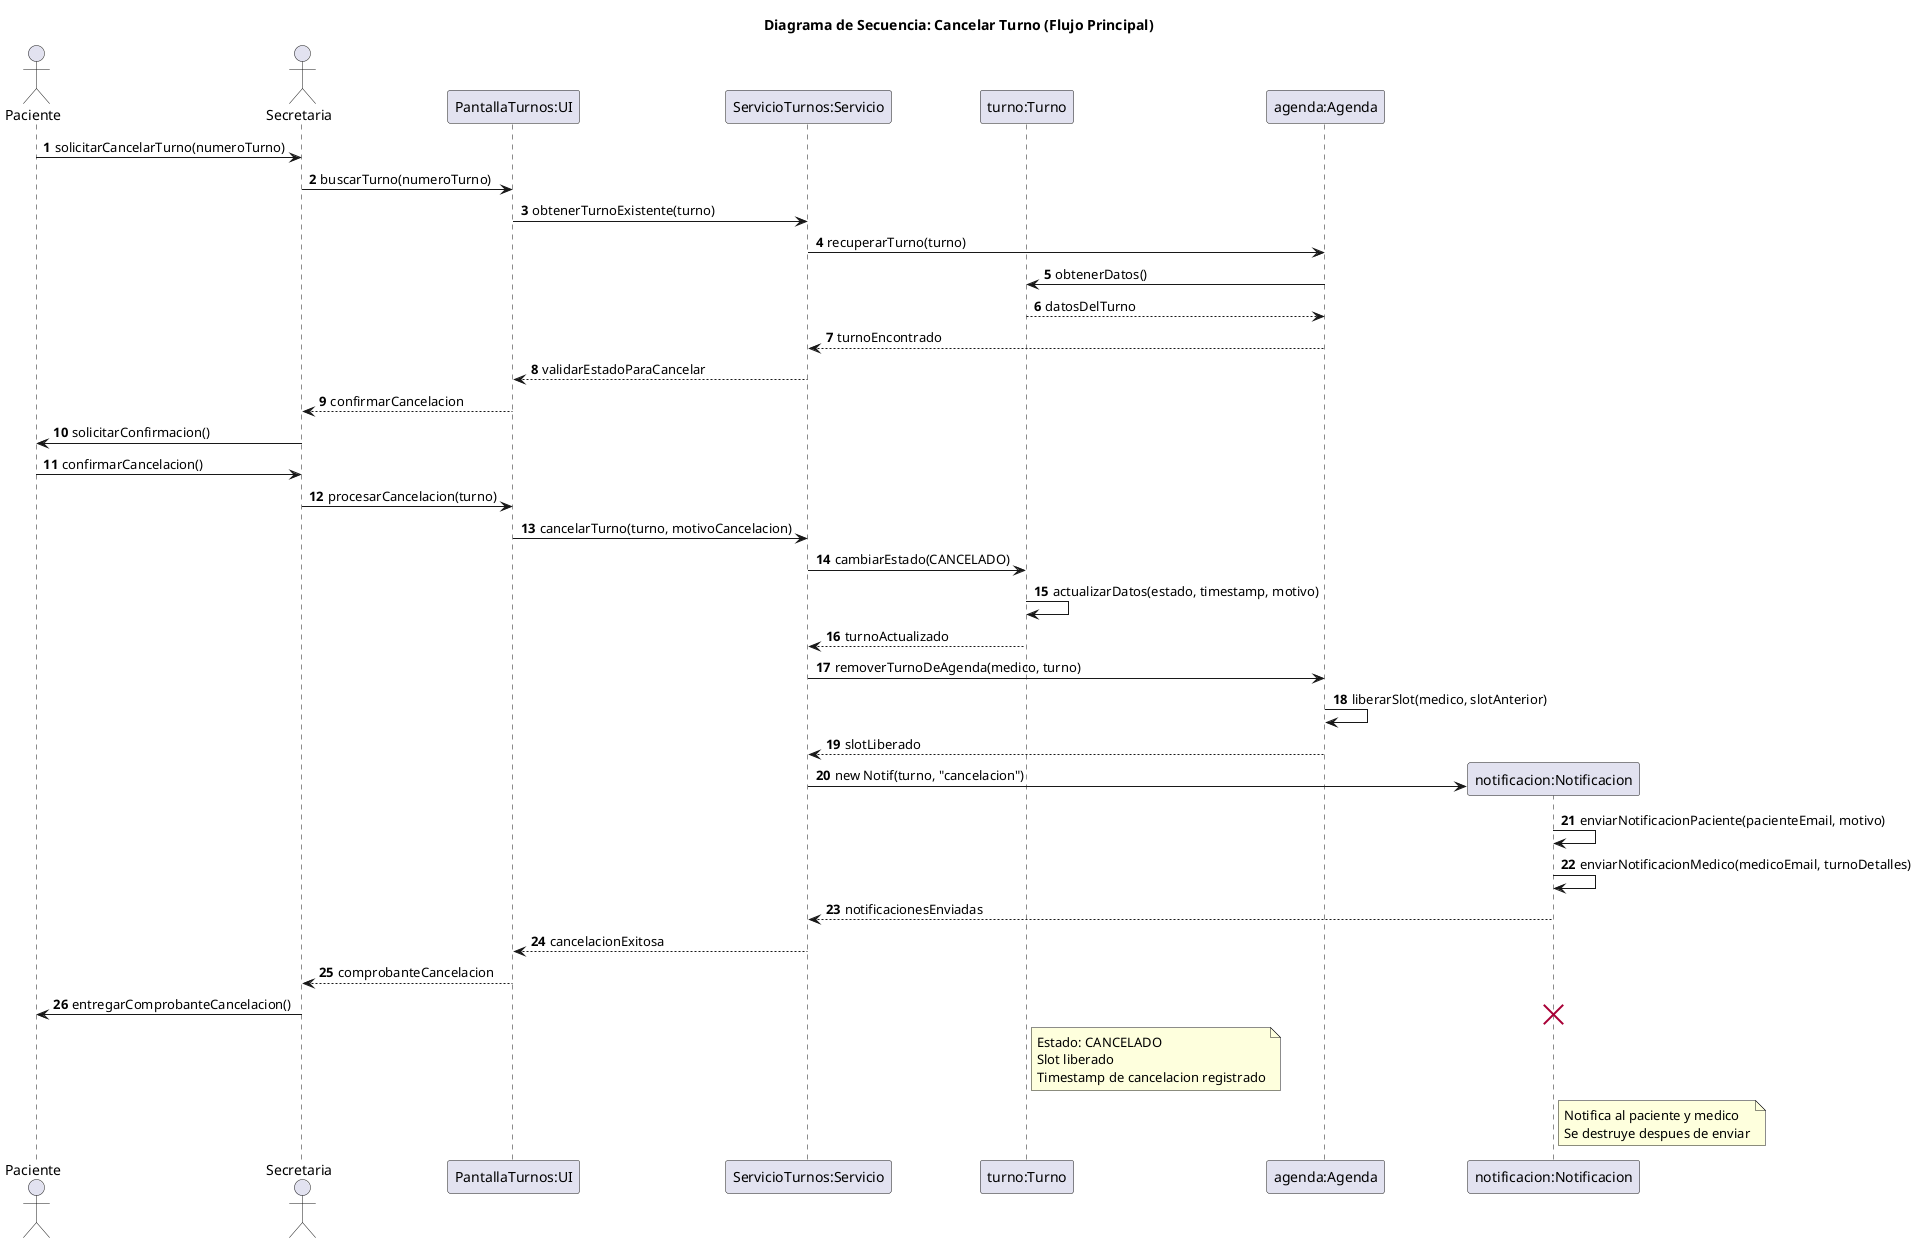
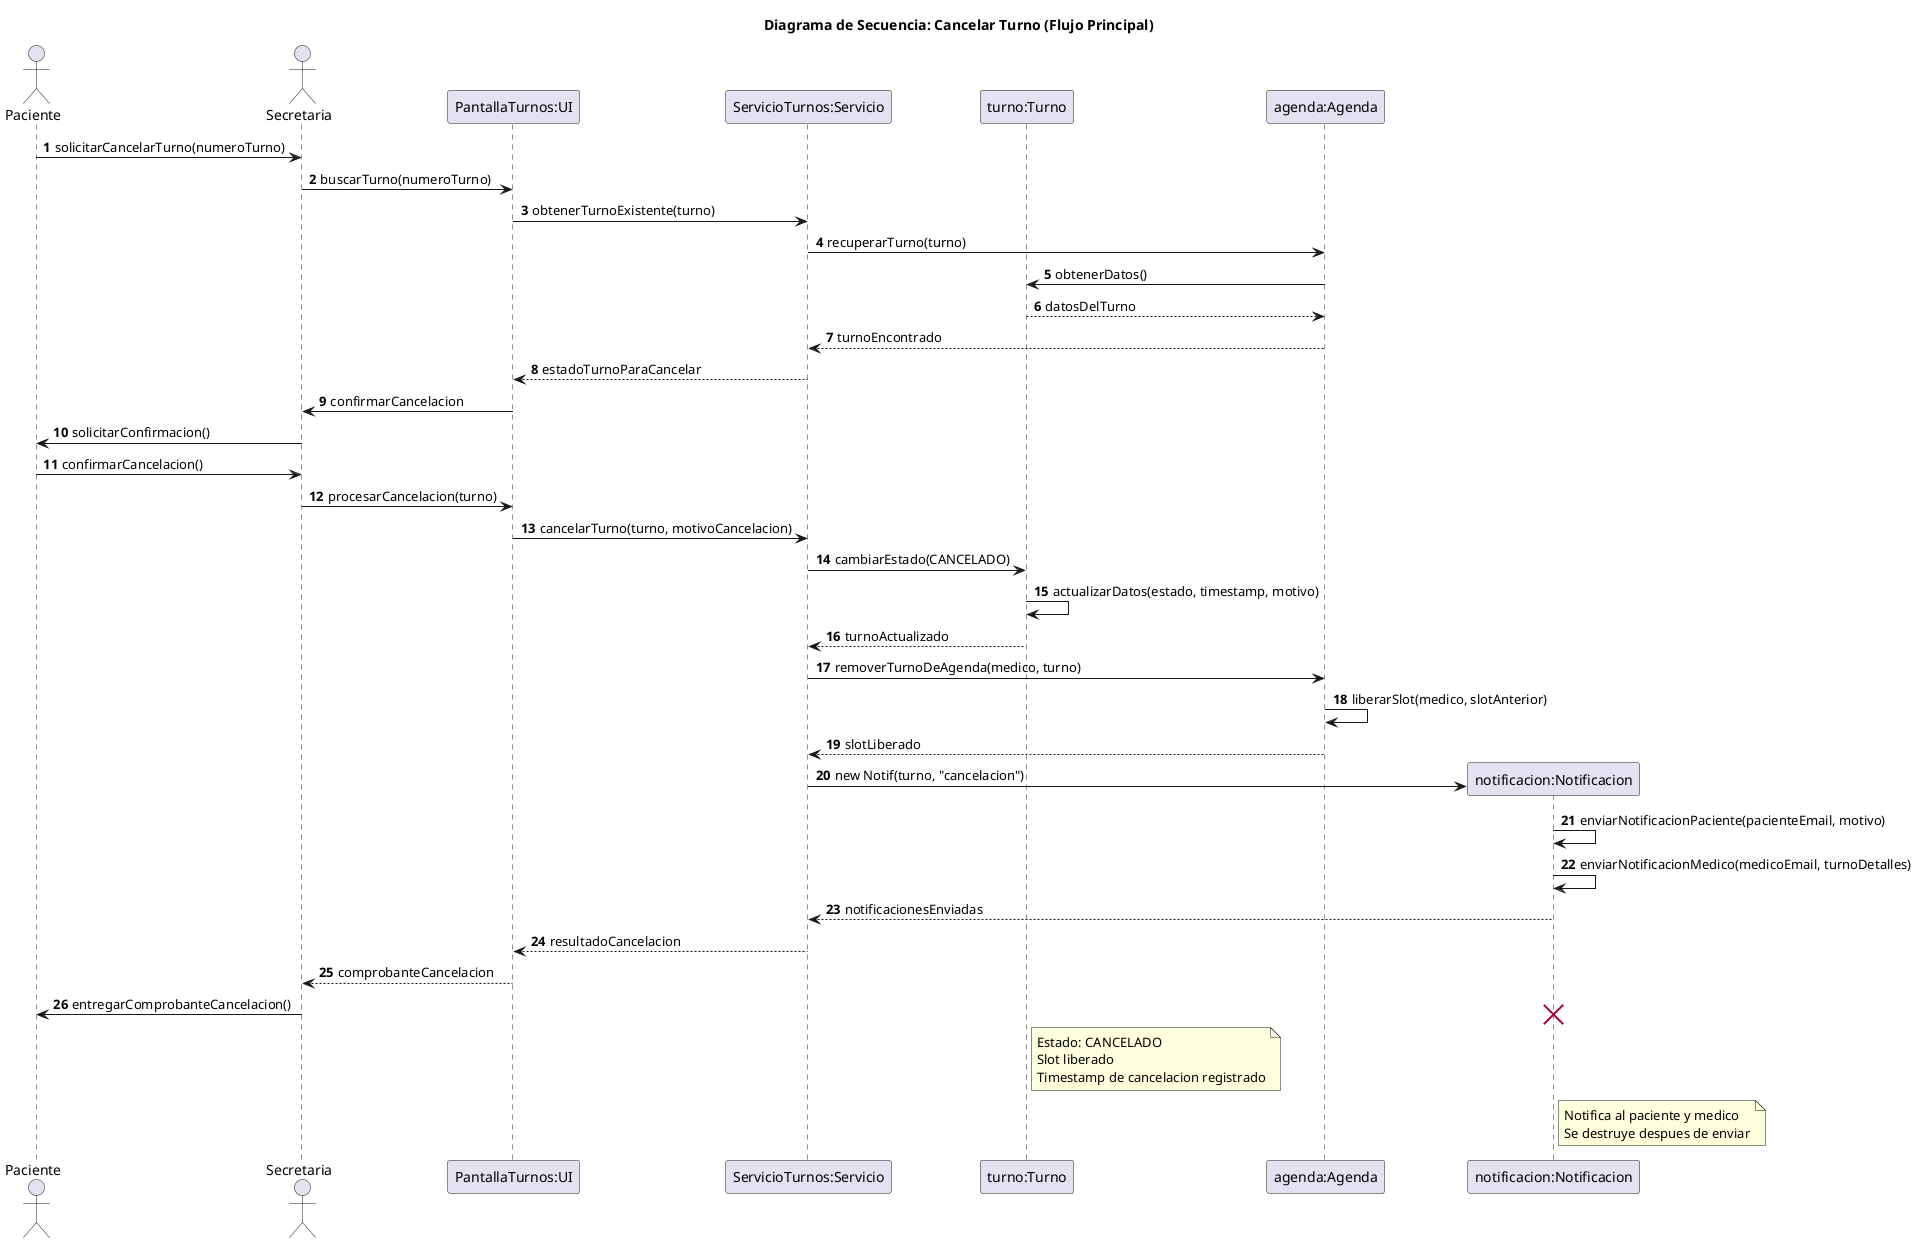
@startuml 05-secuencia-cancelar-turno-flujo-principal-03
title Diagrama de Secuencia: Cancelar Turno (Flujo Principal)

actor Paciente
actor Secretaria
participant "PantallaTurnos:UI" as UI
participant "ServicioTurnos:Servicio" as Servicio
participant "turno:Turno" as Turno
participant "agenda:Agenda" as Agenda
participant "notificacion:Notificacion" as Notif

autonumber

Paciente -> Secretaria: solicitarCancelarTurno(numeroTurno)
Secretaria -> UI: buscarTurno(numeroTurno)
UI -> Servicio: obtenerTurnoExistente(turno)
Servicio -> Agenda: recuperarTurno(turno)
Agenda -> Turno: obtenerDatos()
Turno --> Agenda: datosDelTurno
Agenda --> Servicio: turnoEncontrado
- Servicio --> UI: validarEstadoParaCancelar
- UI --> Secretaria: confirmarCancelacion
+ Servicio --> UI: estadoTurnoParaCancelar
+ UI -> Secretaria: confirmarCancelacion
Secretaria -> Paciente: solicitarConfirmacion()
Paciente -> Secretaria: confirmarCancelacion()
Secretaria -> UI: procesarCancelacion(turno)
UI -> Servicio: cancelarTurno(turno, motivoCancelacion)
Servicio -> Turno: cambiarEstado(CANCELADO)
Turno -> Turno: actualizarDatos(estado, timestamp, motivo)
Turno --> Servicio: turnoActualizado
Servicio -> Agenda: removerTurnoDeAgenda(medico, turno)
Agenda -> Agenda: liberarSlot(medico, slotAnterior)
Agenda --> Servicio: slotLiberado
create Notif
Servicio -> Notif: new Notif(turno, "cancelacion")
Notif -> Notif: enviarNotificacionPaciente(pacienteEmail, motivo)
Notif -> Notif: enviarNotificacionMedico(medicoEmail, turnoDetalles)
Notif --> Servicio: notificacionesEnviadas
- Servicio --> UI: cancelacionExitosa
+ Servicio --> UI: resultadoCancelacion
UI --> Secretaria: comprobanteCancelacion
Secretaria -> Paciente: entregarComprobanteCancelacion()

note right of Turno
  Estado: CANCELADO
  Slot liberado
  Timestamp de cancelacion registrado
end note

note right of Notif
  Notifica al paciente y medico
  Se destruye despues de enviar
end note

destroy Notif

@enduml
